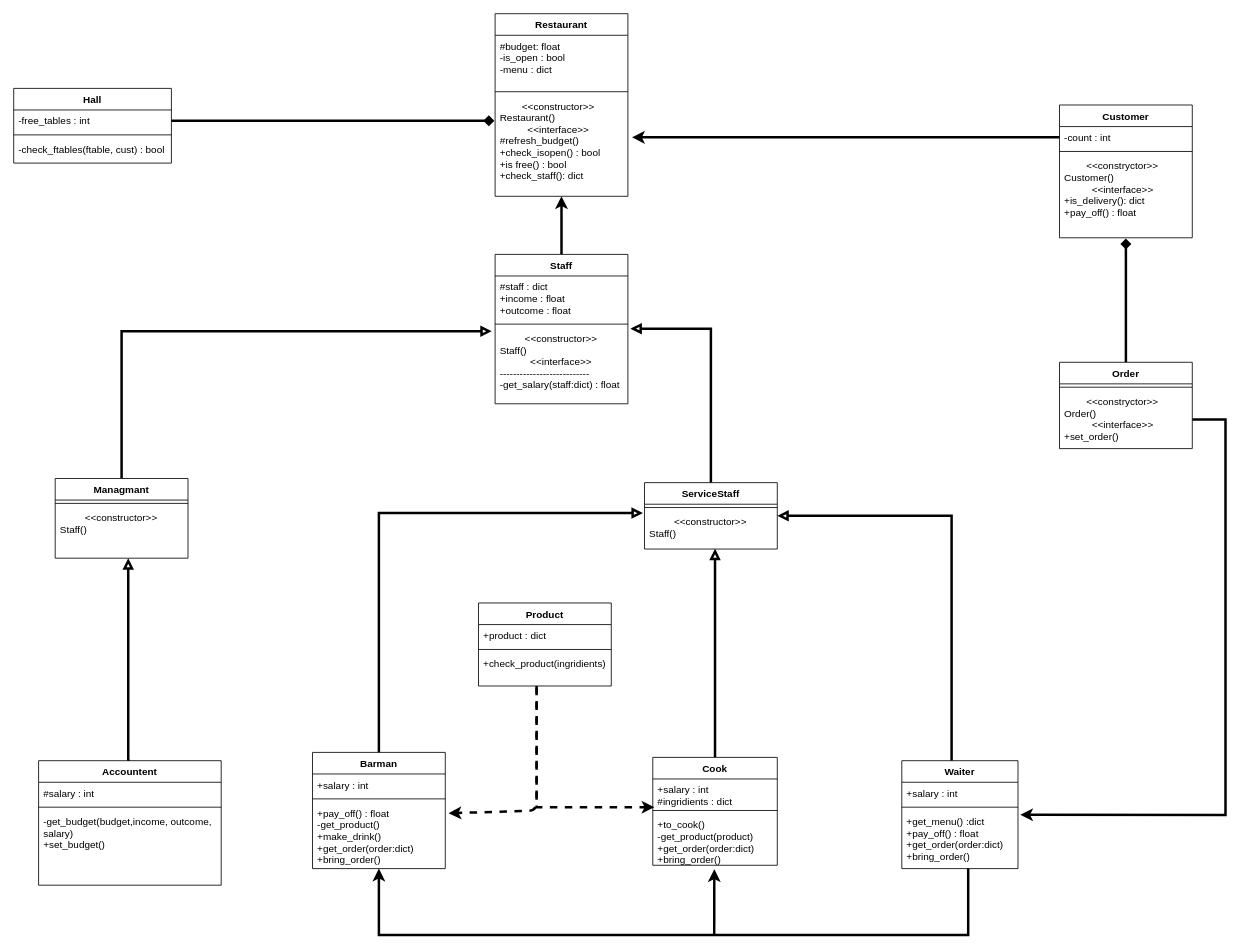
The draw.io diagram python/oop_2/my_restaurant.drawio in ho1331/python-education, before the edit. Source tidied: cells renumbered, new cells numbered last; positions are measured from the earlier drawing's top-left corner, leaving out a move shared by most shapes. Both pictures are drawn from the tidied source at 83%, with x=0, y=0 at pixel (13, 13).
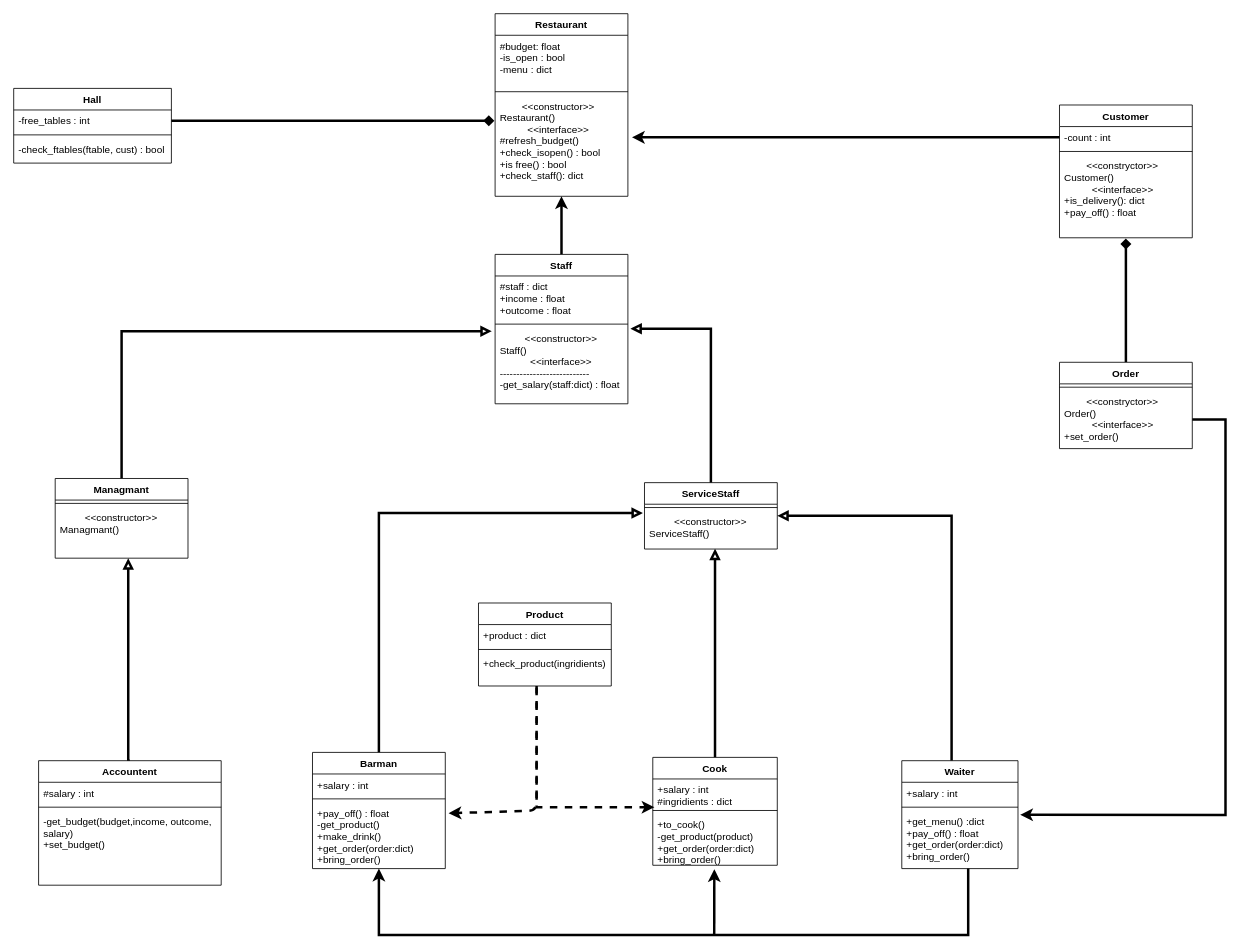
After the change.

The change refers to these unchanged cells:
```xml
<mxCell id="17" value="ServiceStaff" style="swimlane;fontStyle=1;align=center;verticalAlign=top;horizontal=1;startSize=26;" parent="1" vertex="1">
  <mxGeometry x="760" y="565" width="160" height="80" as="geometry" />
</mxCell>
<mxCell id="21" value="Managmant" style="swimlane;fontStyle=1;align=center;verticalAlign=top;horizontal=1;startSize=26;" parent="1" vertex="1">
  <mxGeometry x="50" y="560" width="160" height="96" as="geometry" />
</mxCell>
```

What changed in the source:
```diff
@@
-    <mxCell id="19" value="         &lt;&lt;constructor&gt;&gt;&#10;Staff()" style="text;strokeColor=none;fillColor=none;align=left;verticalAlign=top;spacingLeft=4;spacingRight=4;overflow=hidden;points=[[0,0.5],[1,0.5]];portConstraint=eastwest;" parent="17" vertex="1">
+    <mxCell id="19" value="         &lt;&lt;constructor&gt;&gt;&#10;ServiceStaff()" style="text;strokeColor=none;fillColor=none;align=left;verticalAlign=top;spacingLeft=4;spacingRight=4;overflow=hidden;points=[[0,0.5],[1,0.5]];portConstraint=eastwest;" parent="17" vertex="1">
       <mxGeometry y="34" width="160" height="46" as="geometry" />
     </mxCell>
@@
-    <mxCell id="23" value="         &lt;&lt;constructor&gt;&gt;&#10;Staff()" style="text;strokeColor=none;fillColor=none;align=left;verticalAlign=top;spacingLeft=4;spacingRight=4;overflow=hidden;points=[[0,0.5],[1,0.5]];portConstraint=eastwest;" parent="21" vertex="1">
+    <mxCell id="23" value="         &lt;&lt;constructor&gt;&gt;&#10;Managmant()" style="text;strokeColor=none;fillColor=none;align=left;verticalAlign=top;spacingLeft=4;spacingRight=4;overflow=hidden;points=[[0,0.5],[1,0.5]];portConstraint=eastwest;" parent="21" vertex="1">
       <mxGeometry y="34" width="160" height="62" as="geometry" />
     </mxCell>
```
